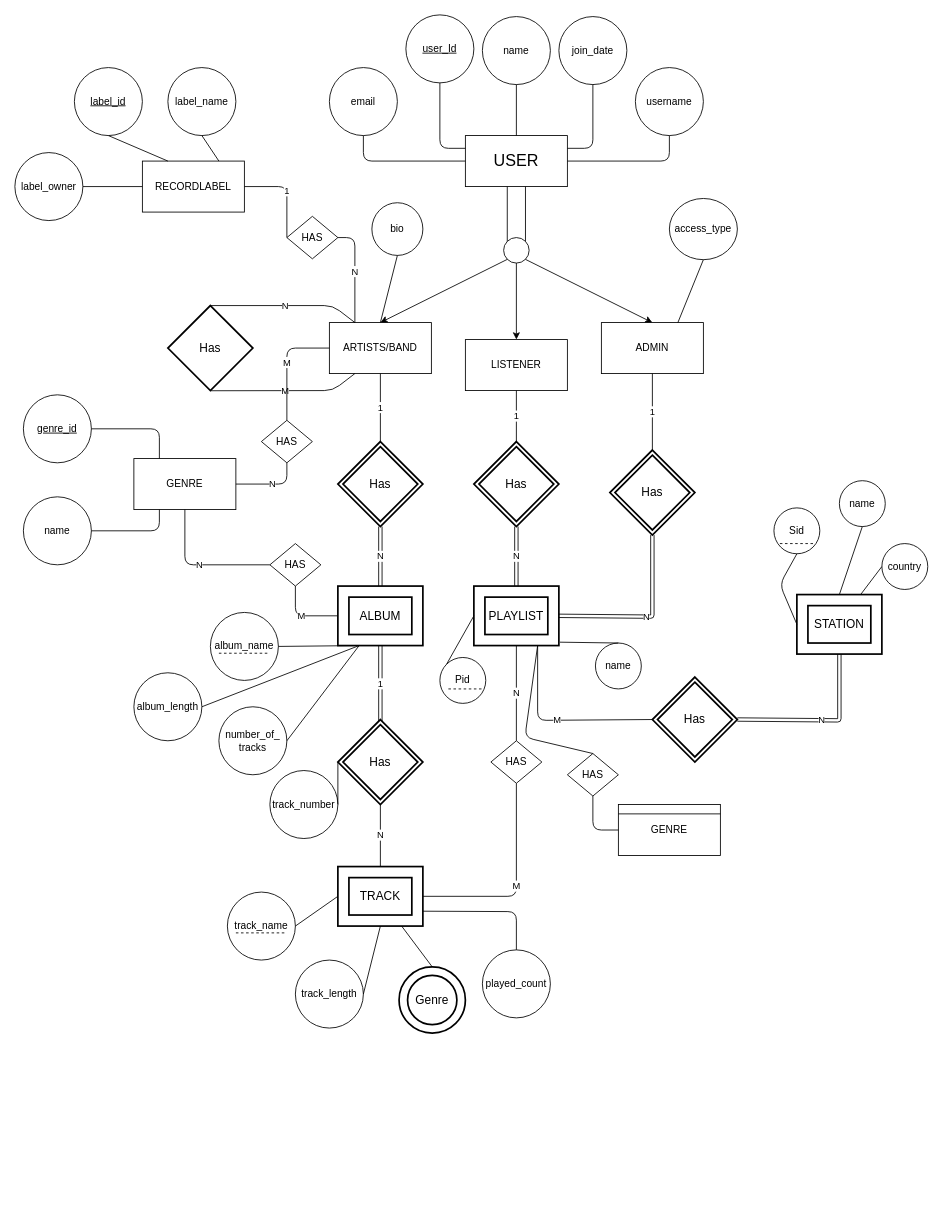
This is Untitled Diagram.drawio from Arianshh/Music_Database, a draw.io file, before an edit. Source tidied: cells renumbered, new cells numbered last; positions are measured from the earlier drawing's top-left corner, leaving out a move shared by most shapes. Both pictures are drawn from the tidied source at 85%, with x=0, y=0 at pixel (14, 14).
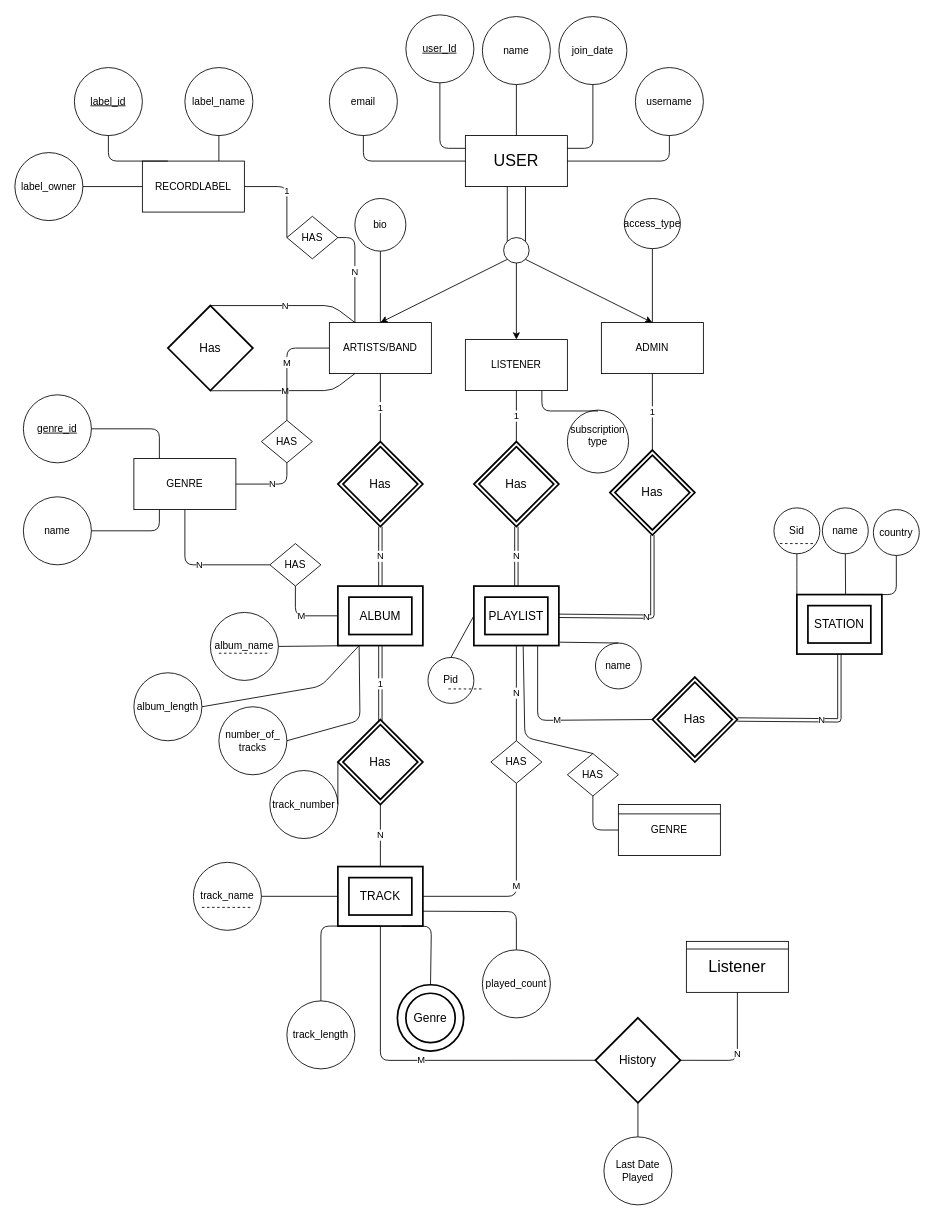
The same diagram, later.

Commit message:
Add History Rel

Unchanged cells that the change refers to:
```xml
<mxCell id="9" value="LISTENER" style="rounded=0;whiteSpace=wrap;html=1;" parent="1" vertex="1">
  <mxGeometry x="530" y="382" width="120" height="60" as="geometry" />
</mxCell>
<mxCell id="10" value="ADMIN" style="rounded=0;whiteSpace=wrap;html=1;" parent="1" vertex="1">
  <mxGeometry x="690" y="362" width="120" height="60" as="geometry" />
</mxCell>
<mxCell id="17" value="ALBUM" style="shape=ext;strokeWidth=2;margin=10;double=1;whiteSpace=wrap;html=1;align=center;fontSize=14;" parent="1" vertex="1">
  <mxGeometry x="380" y="672" width="100" height="70" as="geometry" />
</mxCell>
<mxCell id="20" value="TRACK" style="shape=ext;strokeWidth=2;margin=10;double=1;whiteSpace=wrap;html=1;align=center;fontSize=14;" parent="1" vertex="1">
  <mxGeometry x="380" y="1002" width="100" height="70" as="geometry" />
</mxCell>
<mxCell id="29" value="RECORDLABEL" style="rounded=0;whiteSpace=wrap;html=1;" parent="1" vertex="1">
  <mxGeometry x="150" y="172" width="120" height="60" as="geometry" />
</mxCell>
<mxCell id="33" value="PLAYLIST" style="shape=ext;strokeWidth=2;margin=10;double=1;whiteSpace=wrap;html=1;align=center;fontSize=14;" parent="1" vertex="1">
  <mxGeometry x="540" y="672" width="100" height="70" as="geometry" />
</mxCell>
<mxCell id="43" value="STATION" style="shape=ext;strokeWidth=2;margin=10;double=1;whiteSpace=wrap;html=1;align=center;fontSize=14;" parent="1" vertex="1">
  <mxGeometry x="920" y="682" width="100" height="70" as="geometry" />
</mxCell>
<mxCell id="58" value="&lt;u&gt;label_id&lt;/u&gt;" style="ellipse;whiteSpace=wrap;html=1;" parent="1" vertex="1">
  <mxGeometry x="70" y="62" width="80" height="80" as="geometry" />
</mxCell>
<mxCell id="74" value="number_of_&lt;br&gt;tracks" style="ellipse;whiteSpace=wrap;html=1;" parent="1" vertex="1">
  <mxGeometry x="240" y="814" width="80" height="80" as="geometry" />
</mxCell>
<mxCell id="77" value="album_length" style="ellipse;whiteSpace=wrap;html=1;" parent="1" vertex="1">
  <mxGeometry x="140" y="774" width="80" height="80" as="geometry" />
</mxCell>
<mxCell id="94" value="HAS" style="rhombus;whiteSpace=wrap;html=1;" parent="1" vertex="1">
  <mxGeometry x="650" y="869" width="60" height="50" as="geometry" />
</mxCell>
<mxCell id="98" value="Sid" style="ellipse;whiteSpace=wrap;html=1;" parent="1" vertex="1">
  <mxGeometry x="893" y="580" width="54" height="54" as="geometry" />
</mxCell>
```

Diff of the diagram source:
```diff
@@
     <mxCell id="57" value="bio" style="ellipse;whiteSpace=wrap;html=1;" parent="1" vertex="1">
-      <mxGeometry x="420" y="221" width="60" height="62" as="geometry" />
+      <mxGeometry x="400" y="216" width="60" height="62" as="geometry" />
     </mxCell>
@@
     <mxCell id="59" value="label_name" style="ellipse;whiteSpace=wrap;html=1;" parent="1" vertex="1">
-      <mxGeometry x="180" y="62" width="80" height="80" as="geometry" />
+      <mxGeometry x="200" y="62" width="80" height="80" as="geometry" />
     </mxCell>
@@
     <mxCell id="61" value="access_type" style="ellipse;whiteSpace=wrap;html=1;" parent="1" vertex="1">
-      <mxGeometry x="770" y="216" width="80" height="72" as="geometry" />
+      <mxGeometry x="717" y="216" width="66" height="59" as="geometry" />
     </mxCell>
@@
     <mxCell id="68" style="endArrow=none;html=1;entryX=0.5;entryY=1;entryDx=0;entryDy=0;exitX=0.25;exitY=0;exitDx=0;exitDy=0;" parent="1" edge="1" source="29" target="58">
-      <mxGeometry relative="1" as="geometry" />
+      <mxGeometry relative="1" as="geometry">
+        <Array as="points">
+          <mxPoint x="110" y="172" />
+        </Array>
+      </mxGeometry>
     </mxCell>
@@
-    <mxCell id="70" style="endArrow=none;html=1;entryX=0.5;entryY=1;entryDx=0;entryDy=0;exitX=0.75;exitY=0;exitDx=0;exitDy=0;" parent="1" edge="1" source="10" target="61">
+    <mxCell id="70" style="endArrow=none;html=1;entryX=0.5;entryY=1;entryDx=0;entryDy=0;exitX=0.5;exitY=0;exitDx=0;exitDy=0;" parent="1" edge="1" source="10" target="61">
       <mxGeometry relative="1" as="geometry" />
     </mxCell>
@@
     <mxCell id="75" value="track_name" style="ellipse;whiteSpace=wrap;html=1;" parent="1" vertex="1">
-      <mxGeometry x="250" y="1032" width="80" height="80" as="geometry" />
+      <mxGeometry x="210" y="997" width="80" height="80" as="geometry" />
     </mxCell>
     <mxCell id="76" style="endArrow=none;html=1;entryX=0.25;entryY=1;entryDx=0;entryDy=0;exitX=1;exitY=0.5;exitDx=0;exitDy=0;" parent="1" edge="1" source="74" target="17">
-      <mxGeometry relative="1" as="geometry" />
+      <mxGeometry relative="1" as="geometry">
+        <Array as="points">
+          <mxPoint x="406" y="830" />
+        </Array>
+      </mxGeometry>
     </mxCell>
@@
     <mxCell id="78" style="endArrow=none;html=1;entryX=0.25;entryY=1;entryDx=0;entryDy=0;exitX=1;exitY=0.5;exitDx=0;exitDy=0;" parent="1" edge="1" source="77" target="17">
-      <mxGeometry relative="1" as="geometry" />
+      <mxGeometry relative="1" as="geometry">
+        <Array as="points">
+          <mxPoint x="360" y="790" />
+        </Array>
+      </mxGeometry>
     </mxCell>
     <mxCell id="79" style="endArrow=none;dashed=1;html=1;" parent="1" edge="1">
       <mxGeometry relative="1" as="geometry">
-        <mxPoint x="260" y="1080" as="sourcePoint" />
-        <mxPoint x="320" y="1080" as="targetPoint" />
+        <mxPoint x="220" y="1050" as="sourcePoint" />
+        <mxPoint x="280" y="1050" as="targetPoint" />
       </mxGeometry>
     </mxCell>
     <mxCell id="80" value="track_length" style="ellipse;whiteSpace=wrap;html=1;" parent="1" vertex="1">
-      <mxGeometry x="330" y="1112" width="80" height="80" as="geometry" />
+      <mxGeometry x="320" y="1160" width="80" height="80" as="geometry" />
     </mxCell>
@@
-    <mxCell id="84" style="endArrow=none;html=1;entryX=0.5;entryY=1;entryDx=0;entryDy=0;exitX=1;exitY=0.5;exitDx=0;exitDy=0;" parent="1" edge="1" source="80" target="20">
-      <mxGeometry relative="1" as="geometry" />
+    <mxCell id="84" style="endArrow=none;html=1;entryX=0.5;entryY=1;entryDx=0;entryDy=0;exitX=0.5;exitY=0;exitDx=0;exitDy=0;" parent="1" edge="1" source="80" target="20">
+      <mxGeometry relative="1" as="geometry">
+        <Array as="points">
+          <mxPoint x="360" y="1072" />
+        </Array>
+      </mxGeometry>
     </mxCell>
     <mxCell id="85" value="Genre" style="ellipse;shape=doubleEllipse;margin=10;strokeWidth=2;fontSize=14;whiteSpace=wrap;html=1;align=center;" parent="1" vertex="1">
-      <mxGeometry x="452" y="1120" width="78" height="78" as="geometry" />
+      <mxGeometry x="450" y="1141" width="78" height="78" as="geometry" />
     </mxCell>
     <mxCell id="86" style="endArrow=none;html=1;entryX=0.75;entryY=1;entryDx=0;entryDy=0;exitX=0.5;exitY=0;exitDx=0;exitDy=0;" parent="1" edge="1" source="85" target="20">
-      <mxGeometry relative="1" as="geometry" />
+      <mxGeometry relative="1" as="geometry">
+        <Array as="points">
+          <mxPoint x="490" y="1072" />
+        </Array>
+      </mxGeometry>
     </mxCell>
@@
     <mxCell id="89" value="Pid" style="ellipse;whiteSpace=wrap;html=1;" parent="1" vertex="1">
-      <mxGeometry x="500" y="756" width="54" height="54" as="geometry" />
+      <mxGeometry x="486" y="756" width="54" height="54" as="geometry" />
     </mxCell>
@@
-    <mxCell id="91" style="endArrow=none;html=1;exitX=0;exitY=0.5;exitDx=0;exitDy=0;entryX=0;entryY=0;entryDx=0;entryDy=0;" parent="1" edge="1" source="33" target="89">
+    <mxCell id="91" style="endArrow=none;html=1;exitX=0;exitY=0.5;exitDx=0;exitDy=0;entryX=0.5;entryY=0;entryDx=0;entryDy=0;" parent="1" edge="1" source="33" target="89">
       <mxGeometry relative="1" as="geometry" />
     </mxCell>
@@
-    <mxCell id="96" style="endArrow=none;html=1;entryX=0.75;entryY=1;entryDx=0;entryDy=0;exitX=0.5;exitY=0;exitDx=0;exitDy=0;" parent="1" edge="1" source="94" target="33">
+    <mxCell id="96" style="endArrow=none;html=1;exitX=0.5;exitY=0;exitDx=0;exitDy=0;" parent="1" edge="1" source="94">
       <mxGeometry relative="1" as="geometry">
+        <mxPoint x="598" y="743" as="targetPoint" />
         <Array as="points">
           <mxPoint x="600" y="850" />
         </Array>
       </mxGeometry>
     </mxCell>
     <mxCell id="97" value="name" style="ellipse;whiteSpace=wrap;html=1;" parent="1" vertex="1">
-      <mxGeometry x="970" y="548" width="54" height="54" as="geometry" />
+      <mxGeometry x="950" y="580" width="54" height="54" as="geometry" />
     </mxCell>
@@
     <mxCell id="99" value="country" style="ellipse;whiteSpace=wrap;html=1;" parent="1" vertex="1">
-      <mxGeometry x="1020" y="622" width="54" height="54" as="geometry" />
+      <mxGeometry x="1010" y="582" width="54" height="54" as="geometry" />
     </mxCell>
@@
-    <mxCell id="101" style="endArrow=none;html=1;entryX=0.5;entryY=1;entryDx=0;entryDy=0;exitX=0;exitY=0.5;exitDx=0;exitDy=0;" parent="1" edge="1" source="43" target="98">
+    <mxCell id="101" style="endArrow=none;html=1;entryX=0.5;entryY=1;entryDx=0;entryDy=0;" parent="1" edge="1" target="98">
       <mxGeometry relative="1" as="geometry">
+        <mxPoint x="920" y="683" as="sourcePoint" />
         <Array as="points">
-          <mxPoint x="900" y="670" />
+          <mxPoint x="920" y="660" />
         </Array>
       </mxGeometry>
     </mxCell>
-    <mxCell id="102" style="endArrow=none;html=1;entryX=0.5;entryY=1;entryDx=0;entryDy=0;exitX=0.5;exitY=0;exitDx=0;exitDy=0;" parent="1" edge="1" source="43" target="97">
+    <mxCell id="102" style="endArrow=none;html=1;entryX=0.5;entryY=1;entryDx=0;entryDy=0;exitX=0.573;exitY=0.005;exitDx=0;exitDy=0;exitPerimeter=0;" parent="1" edge="1" source="43" target="97">
       <mxGeometry relative="1" as="geometry" />
     </mxCell>
-    <mxCell id="103" style="endArrow=none;html=1;entryX=0;entryY=0.5;entryDx=0;entryDy=0;exitX=0.75;exitY=0;exitDx=0;exitDy=0;" parent="1" edge="1" source="43" target="99">
-      <mxGeometry relative="1" as="geometry" />
+    <mxCell id="103" style="endArrow=none;html=1;entryX=0.5;entryY=1;entryDx=0;entryDy=0;exitX=0.75;exitY=0;exitDx=0;exitDy=0;" parent="1" edge="1" source="43" target="99">
+      <mxGeometry relative="1" as="geometry">
+        <Array as="points">
+          <mxPoint x="1037" y="682" />
+        </Array>
+      </mxGeometry>
     </mxCell>
@@
+    <mxCell id="106" value="&lt;font style=&quot;font-size: 19px&quot;&gt;Listener&lt;/font&gt;" style="rounded=0;whiteSpace=wrap;html=1;" parent="1" vertex="1">
+      <mxGeometry x="790" y="1090" width="120" height="60" as="geometry" />
+    </mxCell>
+    <mxCell id="107" style="endArrow=none;html=1;" parent="1" edge="1">
+      <mxGeometry relative="1" as="geometry">
+        <mxPoint x="790" y="1099" as="sourcePoint" />
+        <mxPoint x="910" y="1099" as="targetPoint" />
+      </mxGeometry>
+    </mxCell>
+    <mxCell id="108" value="History" style="shape=rhombus;strokeWidth=2;fontSize=17;perimeter=rhombusPerimeter;whiteSpace=wrap;html=1;align=center;fontSize=14;" parent="1" vertex="1">
+      <mxGeometry x="683" y="1179.9" width="100" height="100" as="geometry" />
+    </mxCell>
+    <mxCell id="109" value="N" style="endArrow=none;html=1;entryX=0.5;entryY=1;entryDx=0;entryDy=0;exitX=1;exitY=0.5;exitDx=0;exitDy=0;" parent="1" edge="1" source="108" target="106">
+      <mxGeometry relative="1" as="geometry">
+        <Array as="points">
+          <mxPoint x="850" y="1230" />
+        </Array>
+      </mxGeometry>
+    </mxCell>
+    <mxCell id="110" value="M" style="endArrow=none;html=1;entryX=0;entryY=0.5;entryDx=0;entryDy=0;exitX=0.5;exitY=1;exitDx=0;exitDy=0;" parent="1" edge="1" source="20" target="108">
+      <mxGeometry relative="1" as="geometry">
+        <Array as="points">
+          <mxPoint x="430" y="1230" />
+        </Array>
+      </mxGeometry>
+    </mxCell>
+    <mxCell id="111" value="Last Date Played" style="ellipse;whiteSpace=wrap;html=1;" parent="1" vertex="1">
+      <mxGeometry x="693" y="1320" width="80" height="80" as="geometry" />
+    </mxCell>
+    <mxCell id="112" style="endArrow=none;html=1;exitX=0.5;exitY=0;exitDx=0;exitDy=0;" parent="1" edge="1" source="111">
+      <mxGeometry relative="1" as="geometry">
+        <mxPoint x="733" y="1280" as="targetPoint" />
+      </mxGeometry>
+    </mxCell>
+    <mxCell id="113" value="subscription type&lt;br&gt;&lt;br&gt;" style="ellipse;whiteSpace=wrap;html=1;" parent="1" vertex="1">
+      <mxGeometry x="650" y="465" width="72" height="74" as="geometry" />
+    </mxCell>
+    <mxCell id="114" style="endArrow=none;html=1;exitX=0.75;exitY=1;exitDx=0;exitDy=0;" parent="1" edge="1" source="9">
+      <mxGeometry relative="1" as="geometry">
+        <mxPoint x="686" y="466" as="targetPoint" />
+        <Array as="points">
+          <mxPoint x="620" y="466" />
+        </Array>
+      </mxGeometry>
+    </mxCell>
```
